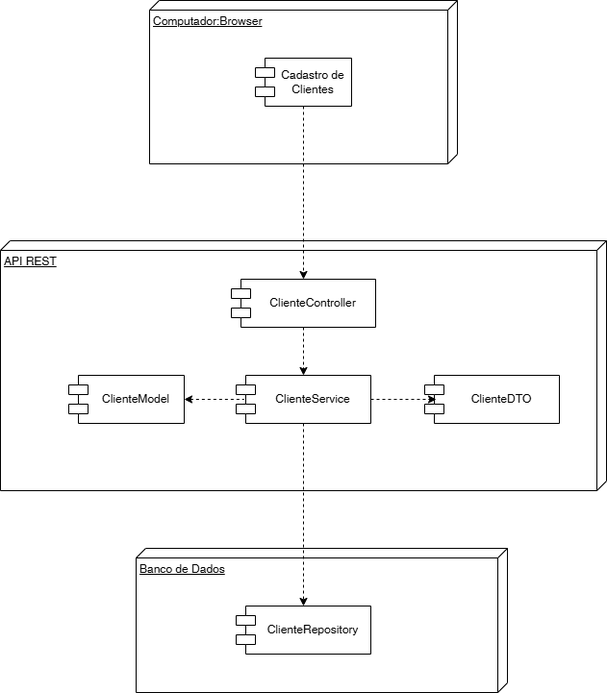
Before: projeto/png/DiagramaDeComponentes.drawio.png, a diagram exported from draw.io (Gab-HSP/laboratorio-2). Source tidied: cells renumbered, new cells last; positions are measured from the earlier drawing's top-left corner, leaving out a move shared by most shapes. Source of this version:
```xml
<mxGraphModel>
  <root>
    <mxCell id="0" />
    <mxCell id="1" parent="0" />
    <mxCell id="2" value="Computador:Browser" style="verticalAlign=top;align=left;spacingTop=8;spacingLeft=2;spacingRight=12;shape=cube;size=10;direction=south;fontStyle=4;html=1;whiteSpace=wrap;" parent="1" vertex="1">
      <mxGeometry x="155" width="320" height="170" as="geometry" />
    </mxCell>
    <mxCell id="3" value="API REST" style="verticalAlign=top;align=left;spacingTop=8;spacingLeft=2;spacingRight=12;shape=cube;size=10;direction=south;fontStyle=4;html=1;whiteSpace=wrap;" parent="1" vertex="1">
      <mxGeometry y="250" width="630" height="260" as="geometry" />
    </mxCell>
    <mxCell id="4" value="Banco de Dados" style="verticalAlign=top;align=left;spacingTop=8;spacingLeft=2;spacingRight=12;shape=cube;size=10;direction=south;fontStyle=4;html=1;whiteSpace=wrap;" parent="1" vertex="1">
      <mxGeometry x="141" y="570" width="386" height="150" as="geometry" />
    </mxCell>
    <mxCell id="5" style="edgeStyle=orthogonalEdgeStyle;rounded=0;jettySize=auto;html=1;exitX=0.5;exitY=1;exitDx=0;exitDy=0;entryX=0.5;entryY=0;entryDx=0;entryDy=0;dashed=1;" parent="1" edge="1" source="6" target="8">
      <mxGeometry relative="1" as="geometry" />
    </mxCell>
    <mxCell id="6" value="ClienteController" style="shape=module;align=center;spacingLeft=20;align=center;verticalAlign=middle;whiteSpace=wrap;html=1;labelPosition=center;verticalLabelPosition=middle;" parent="1" vertex="1">
      <mxGeometry x="240" y="290" width="150" height="50" as="geometry" />
    </mxCell>
    <mxCell id="7" style="edgeStyle=orthogonalEdgeStyle;rounded=0;jettySize=auto;html=1;exitX=0.5;exitY=1;exitDx=0;exitDy=0;dashed=1;entryX=0.5;entryY=0;entryDx=0;entryDy=0;" parent="1" edge="1" source="8" target="11">
      <mxGeometry relative="1" as="geometry" />
    </mxCell>
    <mxCell id="8" value="ClienteService" style="shape=module;align=center;spacingLeft=20;align=center;verticalAlign=middle;whiteSpace=wrap;html=1;labelPosition=center;verticalLabelPosition=middle;" parent="1" vertex="1">
      <mxGeometry x="245" y="390" width="140" height="50" as="geometry" />
    </mxCell>
    <mxCell id="9" value="ClienteModel" style="shape=module;align=center;spacingLeft=20;align=center;verticalAlign=middle;whiteSpace=wrap;html=1;labelPosition=center;verticalLabelPosition=middle;" parent="1" vertex="1">
      <mxGeometry x="71" y="390" width="120" height="50" as="geometry" />
    </mxCell>
    <mxCell id="10" value="ClienteDTO" style="shape=module;align=center;spacingLeft=20;align=center;verticalAlign=middle;whiteSpace=wrap;html=1;labelPosition=center;verticalLabelPosition=middle;" parent="1" vertex="1">
      <mxGeometry x="441" y="390" width="140" height="50" as="geometry" />
    </mxCell>
    <mxCell id="11" value="ClienteRepository" style="shape=module;align=center;spacingLeft=20;align=center;verticalAlign=middle;whiteSpace=wrap;html=1;labelPosition=center;verticalLabelPosition=middle;" parent="1" vertex="1">
      <mxGeometry x="245" y="630" width="140" height="50" as="geometry" />
    </mxCell>
    <mxCell id="12" style="edgeStyle=orthogonalEdgeStyle;rounded=0;jettySize=auto;html=1;exitX=1;exitY=0.5;exitDx=0;exitDy=0;entryX=0.086;entryY=0.5;entryDx=0;entryDy=0;entryPerimeter=0;dashed=1;" parent="1" edge="1" source="8" target="10">
      <mxGeometry relative="1" as="geometry" />
    </mxCell>
    <mxCell id="13" style="edgeStyle=orthogonalEdgeStyle;rounded=0;jettySize=auto;html=1;exitX=1;exitY=0.5;exitDx=0;exitDy=0;entryX=0.057;entryY=0.5;entryDx=0;entryDy=0;entryPerimeter=0;endArrow=none;startFill=1;startArrow=classic;dashed=1;" parent="1" edge="1" source="9" target="8">
      <mxGeometry relative="1" as="geometry" />
    </mxCell>
    <mxCell id="14" style="edgeStyle=orthogonalEdgeStyle;rounded=0;jettySize=auto;html=1;exitX=0.5;exitY=1;exitDx=0;exitDy=0;entryX=0.5;entryY=0;entryDx=0;entryDy=0;dashed=1;" parent="1" edge="1" source="15" target="6">
      <mxGeometry relative="1" as="geometry" />
    </mxCell>
    <mxCell id="15" value="Cadastro de Clientes" style="shape=module;align=center;spacingLeft=20;align=center;verticalAlign=middle;whiteSpace=wrap;html=1;labelPosition=center;verticalLabelPosition=middle;" parent="1" vertex="1">
      <mxGeometry x="265" y="60" width="100" height="50" as="geometry" />
    </mxCell>
  </root>
</mxGraphModel>
```
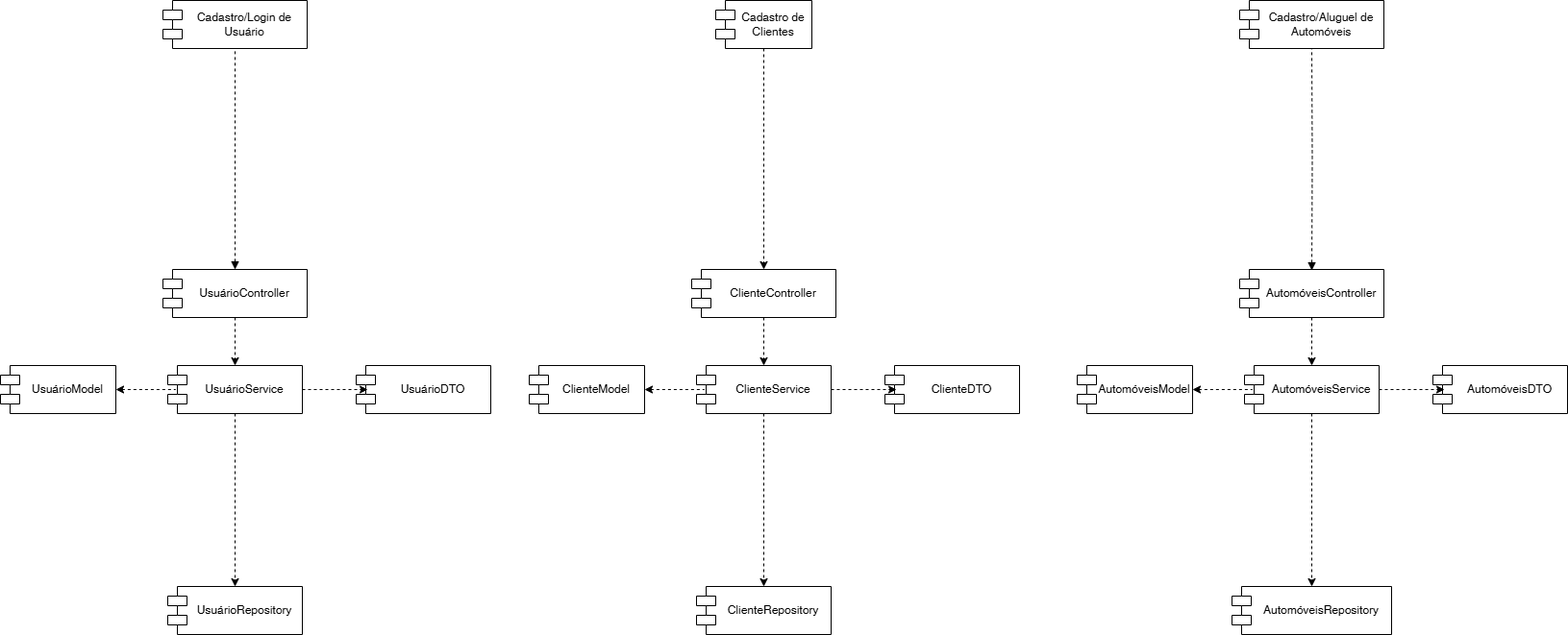
After the change.

Commit message:
implantancao, componentes e implantacao com componentes

Change to the diagram source:
```diff
@@ -2,15 +2,6 @@
   <root>
     <mxCell id="0" />
     <mxCell id="1" parent="0" />
-    <mxCell id="2" value="Computador:Browser" style="verticalAlign=top;align=left;spacingTop=8;spacingLeft=2;spacingRight=12;shape=cube;size=10;direction=south;fontStyle=4;html=1;whiteSpace=wrap;" parent="1" vertex="1">
-      <mxGeometry x="155" width="320" height="170" as="geometry" />
-    </mxCell>
-    <mxCell id="3" value="API REST" style="verticalAlign=top;align=left;spacingTop=8;spacingLeft=2;spacingRight=12;shape=cube;size=10;direction=south;fontStyle=4;html=1;whiteSpace=wrap;" parent="1" vertex="1">
-      <mxGeometry y="250" width="630" height="260" as="geometry" />
-    </mxCell>
-    <mxCell id="4" value="Banco de Dados" style="verticalAlign=top;align=left;spacingTop=8;spacingLeft=2;spacingRight=12;shape=cube;size=10;direction=south;fontStyle=4;html=1;whiteSpace=wrap;" parent="1" vertex="1">
-      <mxGeometry x="141" y="570" width="386" height="150" as="geometry" />
-    </mxCell>
     <mxCell id="5" style="edgeStyle=orthogonalEdgeStyle;rounded=0;jettySize=auto;html=1;exitX=0.5;exitY=1;exitDx=0;exitDy=0;entryX=0.5;entryY=0;entryDx=0;entryDy=0;dashed=1;" parent="1" edge="1" source="6" target="8">
       <mxGeometry relative="1" as="geometry" />
     </mxCell>
@@ -30,7 +21,7 @@
       <mxGeometry x="441" y="390" width="140" height="50" as="geometry" />
     </mxCell>
     <mxCell id="11" value="ClienteRepository" style="shape=module;align=center;spacingLeft=20;align=center;verticalAlign=middle;whiteSpace=wrap;html=1;labelPosition=center;verticalLabelPosition=middle;" parent="1" vertex="1">
-      <mxGeometry x="245" y="630" width="140" height="50" as="geometry" />
+      <mxGeometry x="245" y="620" width="140" height="50" as="geometry" />
     </mxCell>
     <mxCell id="12" style="edgeStyle=orthogonalEdgeStyle;rounded=0;jettySize=auto;html=1;exitX=1;exitY=0.5;exitDx=0;exitDy=0;entryX=0.086;entryY=0.5;entryDx=0;entryDy=0;entryPerimeter=0;dashed=1;" parent="1" edge="1" source="8" target="10">
       <mxGeometry relative="1" as="geometry" />
@@ -42,7 +33,75 @@
       <mxGeometry relative="1" as="geometry" />
     </mxCell>
     <mxCell id="15" value="Cadastro de Clientes" style="shape=module;align=center;spacingLeft=20;align=center;verticalAlign=middle;whiteSpace=wrap;html=1;labelPosition=center;verticalLabelPosition=middle;" parent="1" vertex="1">
-      <mxGeometry x="265" y="60" width="100" height="50" as="geometry" />
+      <mxGeometry x="265" y="10" width="100" height="50" as="geometry" />
     </mxCell>
+    <mxCell id="16" style="edgeStyle=orthogonalEdgeStyle;rounded=0;jettySize=auto;html=1;exitX=0.5;exitY=1;exitDx=0;exitDy=0;entryX=0.5;entryY=0;entryDx=0;entryDy=0;dashed=1;" parent="1" edge="1" source="18" target="20">
+      <mxGeometry relative="1" as="geometry" />
+    </mxCell>
+    <mxCell id="17" style="edgeStyle=orthogonalEdgeStyle;rounded=0;jettySize=auto;html=1;endArrow=none;startFill=1;startArrow=block;dashed=1;" parent="1" edge="1" source="18" target="35">
+      <mxGeometry relative="1" as="geometry" />
+    </mxCell>
+    <mxCell id="18" value="UsuárioController" style="shape=module;align=center;spacingLeft=20;align=center;verticalAlign=middle;whiteSpace=wrap;html=1;labelPosition=center;verticalLabelPosition=middle;" parent="1" vertex="1">
+      <mxGeometry x="-310" y="290" width="150" height="50" as="geometry" />
+    </mxCell>
+    <mxCell id="19" style="edgeStyle=orthogonalEdgeStyle;rounded=0;jettySize=auto;html=1;dashed=1;" parent="1" edge="1" source="20" target="34">
+      <mxGeometry relative="1" as="geometry" />
+    </mxCell>
+    <mxCell id="20" value="UsuárioService" style="shape=module;align=center;spacingLeft=20;align=center;verticalAlign=middle;whiteSpace=wrap;html=1;labelPosition=center;verticalLabelPosition=middle;" parent="1" vertex="1">
+      <mxGeometry x="-305" y="390" width="140" height="50" as="geometry" />
+    </mxCell>
+    <mxCell id="21" value="UsuárioModel" style="shape=module;align=center;spacingLeft=20;align=center;verticalAlign=middle;whiteSpace=wrap;html=1;labelPosition=center;verticalLabelPosition=middle;" parent="1" vertex="1">
+      <mxGeometry x="-479" y="390" width="120" height="50" as="geometry" />
+    </mxCell>
+    <mxCell id="22" value="UsuárioDTO" style="shape=module;align=center;spacingLeft=20;align=center;verticalAlign=middle;whiteSpace=wrap;html=1;labelPosition=center;verticalLabelPosition=middle;" parent="1" vertex="1">
+      <mxGeometry x="-109" y="390" width="140" height="50" as="geometry" />
+    </mxCell>
+    <mxCell id="23" style="edgeStyle=orthogonalEdgeStyle;rounded=0;jettySize=auto;html=1;exitX=1;exitY=0.5;exitDx=0;exitDy=0;entryX=0.086;entryY=0.5;entryDx=0;entryDy=0;entryPerimeter=0;dashed=1;" parent="1" edge="1" source="20" target="22">
+      <mxGeometry relative="1" as="geometry" />
+    </mxCell>
+    <mxCell id="24" style="edgeStyle=orthogonalEdgeStyle;rounded=0;jettySize=auto;html=1;exitX=1;exitY=0.5;exitDx=0;exitDy=0;entryX=0.057;entryY=0.5;entryDx=0;entryDy=0;entryPerimeter=0;endArrow=none;startFill=1;startArrow=classic;dashed=1;" parent="1" edge="1" source="21" target="20">
+      <mxGeometry relative="1" as="geometry" />
+    </mxCell>
+    <mxCell id="25" style="edgeStyle=orthogonalEdgeStyle;rounded=0;jettySize=auto;html=1;exitX=0.5;exitY=1;exitDx=0;exitDy=0;entryX=0.5;entryY=0;entryDx=0;entryDy=0;dashed=1;" parent="1" edge="1" source="27" target="29">
+      <mxGeometry relative="1" as="geometry" />
+    </mxCell>
+    <mxCell id="26" style="edgeStyle=orthogonalEdgeStyle;rounded=0;jettySize=auto;html=1;dashed=1;startArrow=block;startFill=1;endArrow=none;entryX=0.5;entryY=1;entryDx=0;entryDy=0;" parent="1" edge="1" target="36">
+      <mxGeometry relative="1" as="geometry">
+        <mxPoint x="885" y="291" as="sourcePoint" />
+      </mxGeometry>
+    </mxCell>
+    <mxCell id="27" value="AutomóveisController" style="shape=module;align=center;spacingLeft=20;align=center;verticalAlign=middle;whiteSpace=wrap;html=1;labelPosition=center;verticalLabelPosition=middle;" parent="1" vertex="1">
+      <mxGeometry x="810" y="290" width="150" height="50" as="geometry" />
+    </mxCell>
+    <mxCell id="28" style="edgeStyle=orthogonalEdgeStyle;rounded=0;jettySize=auto;html=1;dashed=1;startArrow=none;startFill=0;endArrow=classic;endFill=1;" parent="1" edge="1" source="29" target="37">
+      <mxGeometry relative="1" as="geometry" />
+    </mxCell>
+    <mxCell id="29" value="AutomóveisService" style="shape=module;align=center;spacingLeft=20;align=center;verticalAlign=middle;whiteSpace=wrap;html=1;labelPosition=center;verticalLabelPosition=middle;" parent="1" vertex="1">
+      <mxGeometry x="815" y="390" width="140" height="50" as="geometry" />
+    </mxCell>
+    <mxCell id="30" value="AutomóveisModel" style="shape=module;align=center;spacingLeft=20;align=center;verticalAlign=middle;whiteSpace=wrap;html=1;labelPosition=center;verticalLabelPosition=middle;" parent="1" vertex="1">
+      <mxGeometry x="641" y="390" width="120" height="50" as="geometry" />
+    </mxCell>
+    <mxCell id="31" value="AutomóveisDTO" style="shape=module;align=center;spacingLeft=20;align=center;verticalAlign=middle;whiteSpace=wrap;html=1;labelPosition=center;verticalLabelPosition=middle;" parent="1" vertex="1">
+      <mxGeometry x="1011" y="390" width="140" height="50" as="geometry" />
+    </mxCell>
+    <mxCell id="32" style="edgeStyle=orthogonalEdgeStyle;rounded=0;jettySize=auto;html=1;exitX=1;exitY=0.5;exitDx=0;exitDy=0;entryX=0.086;entryY=0.5;entryDx=0;entryDy=0;entryPerimeter=0;dashed=1;" parent="1" edge="1" source="29" target="31">
+      <mxGeometry relative="1" as="geometry" />
+    </mxCell>
+    <mxCell id="33" style="edgeStyle=orthogonalEdgeStyle;rounded=0;jettySize=auto;html=1;exitX=1;exitY=0.5;exitDx=0;exitDy=0;entryX=0.057;entryY=0.5;entryDx=0;entryDy=0;entryPerimeter=0;endArrow=none;startFill=1;startArrow=classic;dashed=1;" parent="1" edge="1" source="30" target="29">
+      <mxGeometry relative="1" as="geometry" />
+    </mxCell>
+    <mxCell id="34" value="&lt;div&gt;&lt;span style=&quot;background-color: transparent; color: light-dark(rgb(0, 0, 0), rgb(255, 255, 255));&quot;&gt;UsuárioRepository&lt;/span&gt;&lt;/div&gt;" style="shape=module;align=center;spacingLeft=20;align=center;verticalAlign=middle;whiteSpace=wrap;html=1;labelPosition=center;verticalLabelPosition=middle;" parent="1" vertex="1">
+      <mxGeometry x="-305" y="620" width="140" height="50" as="geometry" />
+    </mxCell>
+    <mxCell id="35" value="Cadastro/Login de Usuário" style="shape=module;align=center;spacingLeft=20;align=center;verticalAlign=middle;whiteSpace=wrap;html=1;labelPosition=center;verticalLabelPosition=middle;" parent="1" vertex="1">
+      <mxGeometry x="-310" y="10" width="150" height="50" as="geometry" />
+    </mxCell>
+    <mxCell id="36" value="Cadastro/Aluguel de Automóveis" style="shape=module;align=center;spacingLeft=20;align=center;verticalAlign=middle;whiteSpace=wrap;html=1;labelPosition=center;verticalLabelPosition=middle;" parent="1" vertex="1">
+      <mxGeometry x="810" y="10" width="150" height="50" as="geometry" />
+    </mxCell>
+    <mxCell id="37" value="AutomóveisRepository" style="shape=module;align=center;spacingLeft=20;align=center;verticalAlign=middle;whiteSpace=wrap;html=1;labelPosition=center;verticalLabelPosition=middle;" parent="1" vertex="1">
+      <mxGeometry x="802" y="620" width="166" height="50" as="geometry" />
+    </mxCell>
   </root>
 </mxGraphModel>
```
